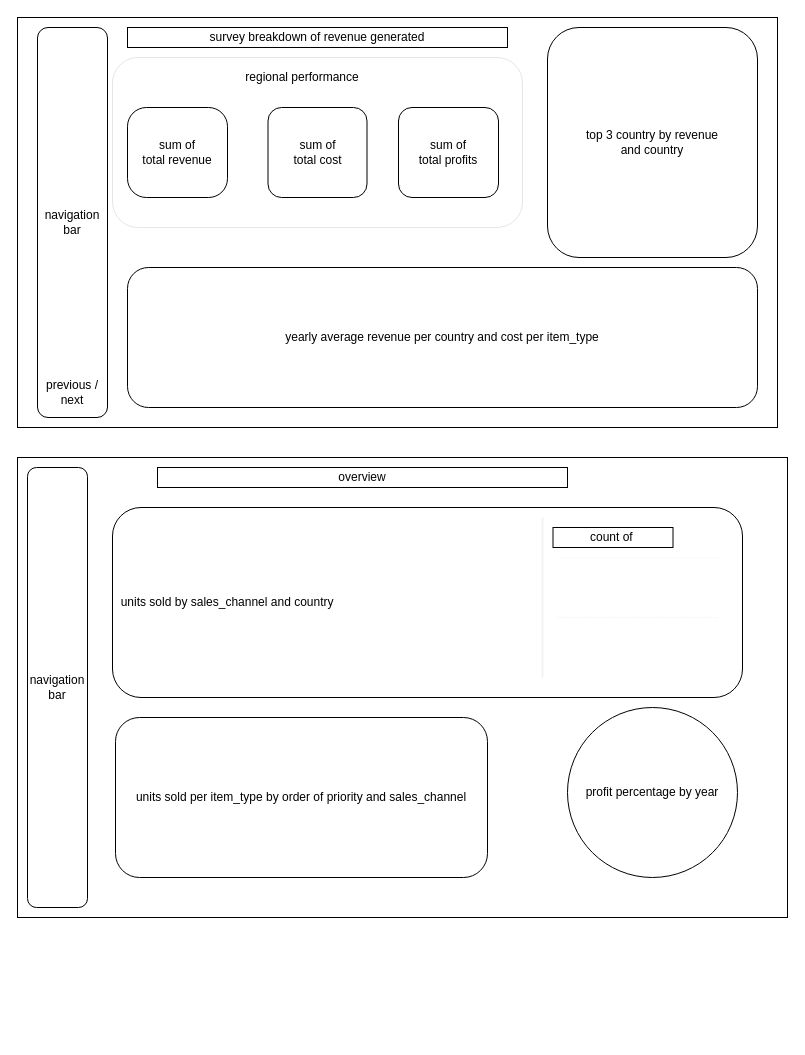
tmaks7/SQL-PROJECT-1 keeps this draw.io diagram as dashboard sketch.drawio. Above is the earlier version. Source tidied: cells renumbered, new cells numbered last; positions are measured from the earlier drawing's top-left corner, leaving out a move shared by most shapes. Both pictures are drawn from the tidied source at 100%, with x=0, y=0 at pixel (17, 17).
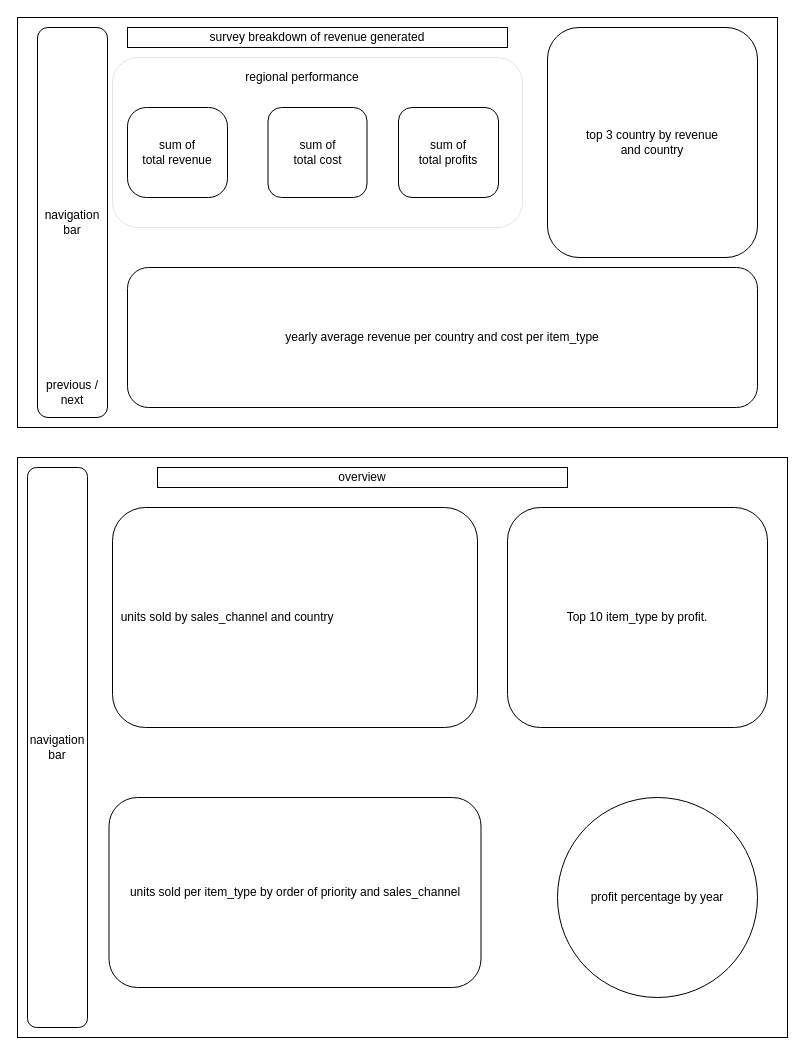
The same page after the edit.

Diff of the diagram source:
```diff
@@
     <mxCell id="9" style="rounded=0;whiteSpace=wrap;html=1;" parent="1" vertex="1">
-      <mxGeometry y="440" width="770" height="460" as="geometry" />
+      <mxGeometry y="440" width="770" height="580" as="geometry" />
     </mxCell>
     <mxCell id="10" value="navigation bar" style="rounded=1;whiteSpace=wrap;html=1;" parent="1" vertex="1">
-      <mxGeometry x="10" y="450" width="60" height="440" as="geometry" />
+      <mxGeometry x="10" y="450" width="60" height="560" as="geometry" />
     </mxCell>
     <mxCell id="11" value="&lt;div style=&quot;&quot;&gt;&lt;span style=&quot;background-color: initial;&quot;&gt;&lt;span style=&quot;white-space: pre;&quot;&gt; &lt;/span&gt;&lt;span style=&quot;white-space: pre;&quot;&gt; &lt;/span&gt;units sold by sales_channel and country&lt;/span&gt;&lt;/div&gt;" style="rounded=1;whiteSpace=wrap;html=1;align=left;" parent="1" vertex="1">
-      <mxGeometry x="95" y="490" width="630" height="190" as="geometry" />
+      <mxGeometry x="95" y="490" width="365" height="220" as="geometry" />
     </mxCell>
     <mxCell id="12" value="units sold per item_type by order of priority and sales_channel" style="rounded=1;whiteSpace=wrap;html=1;" parent="1" vertex="1">
-      <mxGeometry x="98" y="700" width="372" height="160" as="geometry" />
+      <mxGeometry x="91.5" y="780" width="372" height="190" as="geometry" />
     </mxCell>
-    <mxCell id="13" style="endArrow=none;html=1;rounded=0;dashed=1;dashPattern=1 2;strokeColor=#F0F0F0;" parent="1" edge="1">
-      <mxGeometry relative="1" as="geometry">
-        <mxPoint x="540" y="540" as="sourcePoint" />
-        <mxPoint x="700" y="540" as="targetPoint" />
-      </mxGeometry>
-    </mxCell>
-    <mxCell id="14" style="endArrow=none;html=1;rounded=0;dashed=1;dashPattern=1 2;strokeColor=#EDEDED;" parent="1" edge="1">
-      <mxGeometry relative="1" as="geometry">
-        <mxPoint x="540" y="600" as="sourcePoint" />
-        <mxPoint x="700" y="600" as="targetPoint" />
-      </mxGeometry>
-    </mxCell>
-    <mxCell id="15" style="line;strokeWidth=2;direction=south;html=1;strokeColor=#F2F2F2;" parent="1" vertex="1">
-      <mxGeometry x="520" y="500" width="10" height="160" as="geometry" />
-    </mxCell>
@@
-    <mxCell id="21" value="count of&amp;nbsp;" style="rounded=0;whiteSpace=wrap;html=1;" parent="1" vertex="1">
-      <mxGeometry x="535.5" y="510" width="120" height="20" as="geometry" />
-    </mxCell>
     <mxCell id="22" value="profit percentage by year" style="ellipse;whiteSpace=wrap;html=1;" parent="1" vertex="1">
-      <mxGeometry x="550" y="690" width="170" height="170" as="geometry" />
+      <mxGeometry x="540" y="780" width="200" height="200" as="geometry" />
     </mxCell>
+    <mxCell id="23" value="Top 10 item_type by profit." style="rounded=1;whiteSpace=wrap;html=1;" parent="1" vertex="1">
+      <mxGeometry x="490" y="490" width="260" height="220" as="geometry" />
+    </mxCell>
```
